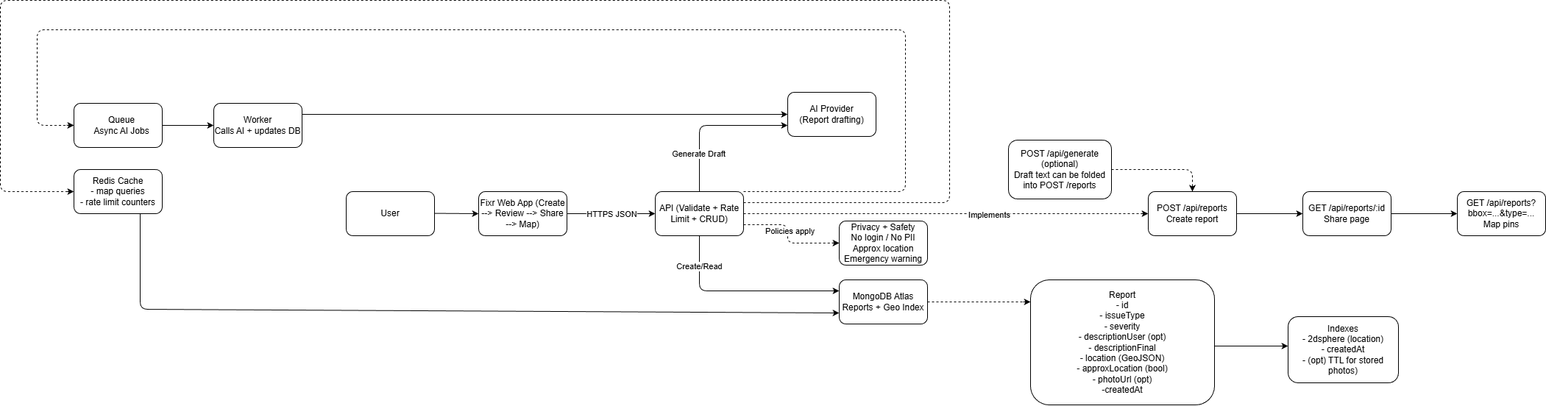
The draw.io diagram design.drawio.png in jsfmu/fixr311, before a commit. Source tidied: cells renumbered, new cells last; positions are measured from the earlier drawing's top-left corner, leaving out a move shared by most shapes. Its diagram source:
```xml
<mxGraphModel>
  <root>
    <mxCell id="0" />
    <mxCell id="1" parent="0" />
    <mxCell id="2" value="&lt;span style=&quot;font-family: monospace; font-size: 0px; text-align: start; text-wrap-mode: nowrap;&quot;&gt;Queuh&lt;/span&gt;" style="rounded=1;whiteSpace=wrap;html=1;" parent="1" vertex="1">
      <mxGeometry x="100" y="140" width="120" height="60" as="geometry" />
    </mxCell>
    <mxCell id="3" value="Queue&lt;div&gt;Async AI Jobs&lt;/div&gt;" style="text;html=1;align=center;verticalAlign=middle;whiteSpace=wrap;rounded=0;" parent="1" vertex="1">
      <mxGeometry x="120" y="155" width="90" height="30" as="geometry" />
    </mxCell>
    <mxCell id="4" value="Redis Cache&lt;div&gt;- map queries&lt;/div&gt;&lt;div&gt;- rate limit counters&lt;/div&gt;" style="rounded=1;whiteSpace=wrap;html=1;" parent="1" vertex="1">
      <mxGeometry x="100" y="230" width="120" height="60" as="geometry" />
    </mxCell>
    <mxCell id="5" style="endArrow=classic;html=1;exitX=1;exitY=0.5;exitDx=0;exitDy=0;entryX=0;entryY=0.5;entryDx=0;entryDy=0;" parent="1" edge="1" source="2" target="7">
      <mxGeometry relative="1" as="geometry" />
    </mxCell>
    <mxCell id="6" value="&lt;span style=&quot;font-family: monospace; font-size: 0px; text-align: start; text-wrap-mode: nowrap;&quot;&gt;Queuh&lt;/span&gt;" style="rounded=1;whiteSpace=wrap;html=1;" parent="1" vertex="1">
      <mxGeometry x="290" y="140" width="120" height="60" as="geometry" />
    </mxCell>
    <mxCell id="7" value="Worker&lt;div&gt;Calls AI + updates DB&lt;/div&gt;" style="text;html=1;align=center;verticalAlign=middle;whiteSpace=wrap;rounded=0;" parent="1" vertex="1">
      <mxGeometry x="290" y="155" width="120" height="30" as="geometry" />
    </mxCell>
    <mxCell id="8" value="AI Provider&lt;div&gt;(Report drafting)&lt;/div&gt;" style="rounded=1;whiteSpace=wrap;html=1;" parent="1" vertex="1">
      <mxGeometry x="1070" y="125" width="120" height="60" as="geometry" />
    </mxCell>
    <mxCell id="9" style="endArrow=classic;html=1;exitX=1;exitY=0.25;exitDx=0;exitDy=0;entryX=0;entryY=0.5;entryDx=0;entryDy=0;" parent="1" edge="1" source="6" target="8">
      <mxGeometry relative="1" as="geometry" />
    </mxCell>
    <mxCell id="10" style="edgeStyle=none;html=1;entryX=0;entryY=0.75;entryDx=0;entryDy=0;" parent="1" edge="1" source="12" target="8">
      <mxGeometry relative="1" as="geometry">
        <Array as="points">
          <mxPoint x="950" y="170" />
        </Array>
      </mxGeometry>
    </mxCell>
    <mxCell id="11" value="Generate Draft" style="edgeLabel;html=1;align=center;verticalAlign=middle;" parent="10" vertex="1">
      <mxGeometry x="-0.5" y="2" relative="1" as="geometry" />
    </mxCell>
    <mxCell id="12" value="API (Validate + Rate Limit + CRUD)" style="rounded=1;whiteSpace=wrap;html=1;" parent="1" vertex="1">
      <mxGeometry x="890" y="260" width="120" height="60" as="geometry" />
    </mxCell>
    <mxCell id="13" style="endArrow=classic;html=1;" parent="1" edge="1">
      <mxGeometry relative="1" as="geometry">
        <mxPoint x="770" y="290" as="sourcePoint" />
        <mxPoint x="890" y="290" as="targetPoint" />
      </mxGeometry>
    </mxCell>
    <mxCell id="14" value="HTTPS JSON" style="edgeLabel;html=1;align=center;verticalAlign=middle;" parent="13" vertex="1">
      <mxGeometry relative="1" as="geometry" />
    </mxCell>
    <mxCell id="15" value="Fixr Web App (Create --&amp;gt; Review --&amp;gt; Share --&amp;gt; Map)" style="rounded=1;whiteSpace=wrap;html=1;" parent="1" vertex="1">
      <mxGeometry x="650" y="260" width="120" height="60" as="geometry" />
    </mxCell>
    <mxCell id="16" value="User" style="rounded=1;whiteSpace=wrap;html=1;" parent="1" vertex="1">
      <mxGeometry x="470" y="260" width="120" height="60" as="geometry" />
    </mxCell>
    <mxCell id="17" style="endArrow=classic;html=1;exitX=1;exitY=0.5;exitDx=0;exitDy=0;" parent="1" edge="1">
      <mxGeometry relative="1" as="geometry">
        <mxPoint x="590" y="289.6" as="sourcePoint" />
        <mxPoint x="650" y="290" as="targetPoint" />
      </mxGeometry>
    </mxCell>
    <mxCell id="18" style="endArrow=none;dashed=1;html=1;entryX=0;entryY=0.5;entryDx=0;entryDy=0;exitX=1;exitY=0;exitDx=0;exitDy=0;" parent="1" edge="1" source="12" target="2">
      <mxGeometry relative="1" as="geometry">
        <Array as="points">
          <mxPoint x="1230" y="260" />
          <mxPoint x="1230" y="40" />
          <mxPoint x="50" y="40" />
          <mxPoint x="50" y="170" />
        </Array>
      </mxGeometry>
    </mxCell>
    <mxCell id="19" style="endArrow=none;dashed=1;html=1;entryX=0;entryY=0.5;entryDx=0;entryDy=0;exitX=1;exitY=0.25;exitDx=0;exitDy=0;" parent="1" edge="1" source="12" target="4">
      <mxGeometry relative="1" as="geometry">
        <Array as="points">
          <mxPoint x="1290" y="275" />
          <mxPoint x="1290" />
          <mxPoint />
          <mxPoint y="260" />
        </Array>
      </mxGeometry>
    </mxCell>
    <mxCell id="20" style="endArrow=none;dashed=1;html=1;exitX=1;exitY=0.5;exitDx=0;exitDy=0;" parent="1" edge="1" source="12" target="22">
      <mxGeometry relative="1" as="geometry" />
    </mxCell>
    <mxCell id="21" value="Implements" style="edgeLabel;html=1;align=center;verticalAlign=middle;" parent="20" vertex="1">
      <mxGeometry x="0.21" y="-1" relative="1" as="geometry" />
    </mxCell>
    <mxCell id="22" value="POST /api/reports&lt;div&gt;Create report&lt;/div&gt;" style="rounded=1;whiteSpace=wrap;html=1;" parent="1" vertex="1">
      <mxGeometry x="1560" y="260" width="120" height="60" as="geometry" />
    </mxCell>
    <mxCell id="23" value="POST /api/generate (optional)&lt;div&gt;Draft text can be folded into POST /reports&lt;/div&gt;" style="rounded=1;whiteSpace=wrap;html=1;" parent="1" vertex="1">
      <mxGeometry x="1370" y="190" width="140" height="80" as="geometry" />
    </mxCell>
    <mxCell id="24" style="endArrow=none;dashed=1;html=1;exitX=1;exitY=0.5;exitDx=0;exitDy=0;entryX=0.5;entryY=0;entryDx=0;entryDy=0;" parent="1" edge="1" source="23" target="22">
      <mxGeometry relative="1" as="geometry">
        <Array as="points">
          <mxPoint x="1620" y="230" />
        </Array>
      </mxGeometry>
    </mxCell>
    <mxCell id="25" style="endArrow=classic;html=1;exitX=1;exitY=0.5;exitDx=0;exitDy=0;" parent="1" edge="1" source="22">
      <mxGeometry relative="1" as="geometry">
        <mxPoint x="1770" y="290" as="targetPoint" />
      </mxGeometry>
    </mxCell>
    <mxCell id="26" value="GET /api/reports/:id&lt;div&gt;Share page&lt;/div&gt;" style="rounded=1;whiteSpace=wrap;html=1;" parent="1" vertex="1">
      <mxGeometry x="1770" y="260" width="120" height="60" as="geometry" />
    </mxCell>
    <mxCell id="27" style="endArrow=classic;html=1;exitX=1;exitY=0.5;exitDx=0;exitDy=0;" parent="1" edge="1">
      <mxGeometry relative="1" as="geometry">
        <mxPoint x="1890" y="290" as="sourcePoint" />
        <mxPoint x="1980" y="290" as="targetPoint" />
      </mxGeometry>
    </mxCell>
    <mxCell id="28" value="GET /api/reports?bbox=...&amp;amp;type=...&lt;div&gt;Map pins&lt;/div&gt;" style="rounded=1;whiteSpace=wrap;html=1;" parent="1" vertex="1">
      <mxGeometry x="1980" y="260" width="120" height="60" as="geometry" />
    </mxCell>
    <mxCell id="29" style="endArrow=none;dashed=1;html=1;exitX=1;exitY=0.75;exitDx=0;exitDy=0;" parent="1" edge="1" source="12">
      <mxGeometry relative="1" as="geometry">
        <mxPoint x="1140" y="330" as="targetPoint" />
        <Array as="points">
          <mxPoint x="1070" y="305" />
          <mxPoint x="1070" y="330" />
        </Array>
      </mxGeometry>
    </mxCell>
    <mxCell id="30" value="Policies apply" style="edgeLabel;html=1;align=center;verticalAlign=middle;" parent="29" vertex="1">
      <mxGeometry x="-0.11" y="2" relative="1" as="geometry" />
    </mxCell>
    <mxCell id="31" value="Privacy + Safety&lt;div&gt;No login / No PII&lt;/div&gt;&lt;div&gt;Approx location&lt;/div&gt;&lt;div&gt;Emergency warning&lt;/div&gt;" style="rounded=1;whiteSpace=wrap;html=1;" parent="1" vertex="1">
      <mxGeometry x="1140" y="300" width="120" height="60" as="geometry" />
    </mxCell>
    <mxCell id="32" value="MongoDB Atlas&lt;div&gt;Reports + Geo Index&lt;/div&gt;" style="rounded=1;whiteSpace=wrap;html=1;" parent="1" vertex="1">
      <mxGeometry x="1140" y="380" width="120" height="60" as="geometry" />
    </mxCell>
    <mxCell id="33" style="endArrow=none;dashed=1;html=1;exitX=1;exitY=0.5;exitDx=0;exitDy=0;" parent="1" edge="1" source="32">
      <mxGeometry relative="1" as="geometry">
        <mxPoint x="1400" y="410" as="targetPoint" />
      </mxGeometry>
    </mxCell>
    <mxCell id="34" value="Report&lt;div&gt;- id&lt;/div&gt;&lt;div&gt;- issueType&lt;/div&gt;&lt;div&gt;- severity&lt;/div&gt;&lt;div&gt;- descriptionUser (opt)&lt;/div&gt;&lt;div&gt;- descriptionFinal&lt;/div&gt;&lt;div&gt;- location (GeoJSON)&lt;/div&gt;&lt;div&gt;- approxLocation (bool)&lt;/div&gt;&lt;div&gt;- photoUrl (opt)&lt;/div&gt;&lt;div&gt;-createdAt&lt;/div&gt;" style="rounded=1;whiteSpace=wrap;html=1;" parent="1" vertex="1">
      <mxGeometry x="1400" y="380" width="250" height="170" as="geometry" />
    </mxCell>
    <mxCell id="35" style="endArrow=classic;html=1;" parent="1" edge="1">
      <mxGeometry relative="1" as="geometry">
        <mxPoint x="1650" y="470" as="sourcePoint" />
        <mxPoint x="1750" y="470" as="targetPoint" />
      </mxGeometry>
    </mxCell>
    <mxCell id="36" value="Indexes&lt;div&gt;- 2dsphere (location)&lt;/div&gt;&lt;div&gt;- createdAt&lt;/div&gt;&lt;div&gt;- (opt) TTL for stored photos)&lt;/div&gt;" style="rounded=1;whiteSpace=wrap;html=1;" parent="1" vertex="1">
      <mxGeometry x="1750" y="430" width="150" height="90" as="geometry" />
    </mxCell>
    <mxCell id="37" style="endArrow=classic;html=1;" parent="1" edge="1">
      <mxGeometry relative="1" as="geometry">
        <mxPoint x="1390" y="410" as="sourcePoint" />
        <mxPoint x="1400" y="410" as="targetPoint" />
      </mxGeometry>
    </mxCell>
    <mxCell id="38" style="endArrow=classic;html=1;" parent="1" edge="1">
      <mxGeometry relative="1" as="geometry">
        <mxPoint x="1550" y="290" as="sourcePoint" />
        <mxPoint x="1560" y="290" as="targetPoint" />
      </mxGeometry>
    </mxCell>
    <mxCell id="39" style="endArrow=classic;html=1;" parent="1" edge="1">
      <mxGeometry relative="1" as="geometry">
        <mxPoint x="1130" y="329.9" as="sourcePoint" />
        <mxPoint x="1140" y="329.9" as="targetPoint" />
      </mxGeometry>
    </mxCell>
    <mxCell id="40" style="endArrow=classic;html=1;entryX=0;entryY=0.5;entryDx=0;entryDy=0;" parent="1" edge="1" target="4">
      <mxGeometry relative="1" as="geometry">
        <mxPoint x="90" y="260" as="sourcePoint" />
      </mxGeometry>
    </mxCell>
    <mxCell id="41" style="endArrow=classic;html=1;entryX=0;entryY=0.5;entryDx=0;entryDy=0;" parent="1" edge="1">
      <mxGeometry relative="1" as="geometry">
        <mxPoint x="90" y="169.9" as="sourcePoint" />
        <mxPoint x="100" y="169.9" as="targetPoint" />
      </mxGeometry>
    </mxCell>
    <mxCell id="42" style="endArrow=classic;html=1;exitX=0.75;exitY=1;exitDx=0;exitDy=0;entryX=0;entryY=0.75;entryDx=0;entryDy=0;" parent="1" edge="1" source="4" target="32">
      <mxGeometry relative="1" as="geometry">
        <Array as="points">
          <mxPoint x="190" y="420" />
        </Array>
      </mxGeometry>
    </mxCell>
    <mxCell id="43" style="endArrow=classic;html=1;exitX=0.5;exitY=1;exitDx=0;exitDy=0;entryX=0;entryY=0.25;entryDx=0;entryDy=0;" parent="1" edge="1" source="12" target="32">
      <mxGeometry relative="1" as="geometry">
        <Array as="points">
          <mxPoint x="950" y="395" />
        </Array>
      </mxGeometry>
    </mxCell>
    <mxCell id="44" value="Create/Read" style="edgeLabel;html=1;align=center;verticalAlign=middle;" parent="43" vertex="1">
      <mxGeometry x="-0.69" y="-1" relative="1" as="geometry" />
    </mxCell>
    <mxCell id="45" style="endArrow=classic;html=1;entryX=0.5;entryY=0;entryDx=0;entryDy=0;" parent="1" edge="1" target="22">
      <mxGeometry relative="1" as="geometry">
        <mxPoint x="1620" y="250" as="sourcePoint" />
      </mxGeometry>
    </mxCell>
  </root>
</mxGraphModel>
```
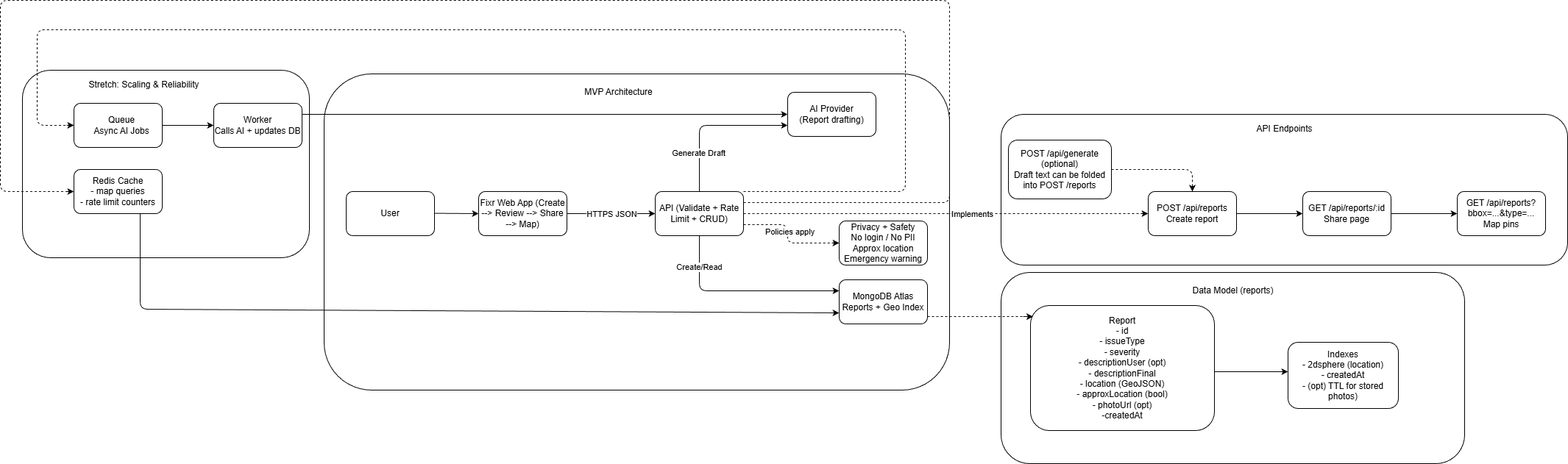
The same diagram one commit later.

Commit message:
Categorized components

The edit, as a diff of the source:
```diff
@@ -2,6 +2,18 @@
   <root>
     <mxCell id="0" />
     <mxCell id="1" parent="0" />
+    <mxCell id="46" style="rounded=1;whiteSpace=wrap;html=1;" parent="1" vertex="1">
+      <mxGeometry x="30" y="95" width="390" height="255" as="geometry" />
+    </mxCell>
+    <mxCell id="47" style="rounded=1;whiteSpace=wrap;html=1;" parent="1" vertex="1">
+      <mxGeometry x="1360" y="370" width="630" height="260" as="geometry" />
+    </mxCell>
+    <mxCell id="48" style="rounded=1;whiteSpace=wrap;html=1;" parent="1" vertex="1">
+      <mxGeometry x="1360" y="155" width="770" height="205" as="geometry" />
+    </mxCell>
+    <mxCell id="49" style="rounded=1;whiteSpace=wrap;html=1;" parent="1" vertex="1">
+      <mxGeometry x="440" y="100" width="850" height="430" as="geometry" />
+    </mxCell>
     <mxCell id="2" value="&lt;span style=&quot;font-family: monospace; font-size: 0px; text-align: start; text-wrap-mode: nowrap;&quot;&gt;Queuh&lt;/span&gt;" style="rounded=1;whiteSpace=wrap;html=1;" parent="1" vertex="1">
       <mxGeometry x="100" y="140" width="120" height="60" as="geometry" />
     </mxCell>
@@ -84,7 +96,9 @@
       <mxGeometry relative="1" as="geometry" />
     </mxCell>
     <mxCell id="21" value="Implements" style="edgeLabel;html=1;align=center;verticalAlign=middle;" parent="20" vertex="1">
-      <mxGeometry x="0.21" y="-1" relative="1" as="geometry" />
+      <mxGeometry x="0.21" y="-1" relative="1" as="geometry">
+        <mxPoint x="-23" y="-1" as="offset" />
+      </mxGeometry>
     </mxCell>
     <mxCell id="22" value="POST /api/reports&lt;div&gt;Create report&lt;/div&gt;" style="rounded=1;whiteSpace=wrap;html=1;" parent="1" vertex="1">
       <mxGeometry x="1560" y="260" width="120" height="60" as="geometry" />
@@ -134,27 +148,27 @@
     <mxCell id="32" value="MongoDB Atlas&lt;div&gt;Reports + Geo Index&lt;/div&gt;" style="rounded=1;whiteSpace=wrap;html=1;" parent="1" vertex="1">
       <mxGeometry x="1140" y="380" width="120" height="60" as="geometry" />
     </mxCell>
-    <mxCell id="33" style="endArrow=none;dashed=1;html=1;exitX=1;exitY=0.5;exitDx=0;exitDy=0;" parent="1" edge="1" source="32">
+    <mxCell id="33" style="endArrow=none;dashed=1;html=1;exitX=1;exitY=0.5;exitDx=0;exitDy=0;" parent="1" edge="1">
       <mxGeometry relative="1" as="geometry">
-        <mxPoint x="1400" y="410" as="targetPoint" />
+        <mxPoint x="1260" y="430" as="sourcePoint" />
+        <mxPoint x="1400" y="430" as="targetPoint" />
       </mxGeometry>
     </mxCell>
     <mxCell id="34" value="Report&lt;div&gt;- id&lt;/div&gt;&lt;div&gt;- issueType&lt;/div&gt;&lt;div&gt;- severity&lt;/div&gt;&lt;div&gt;- descriptionUser (opt)&lt;/div&gt;&lt;div&gt;- descriptionFinal&lt;/div&gt;&lt;div&gt;- location (GeoJSON)&lt;/div&gt;&lt;div&gt;- approxLocation (bool)&lt;/div&gt;&lt;div&gt;- photoUrl (opt)&lt;/div&gt;&lt;div&gt;-createdAt&lt;/div&gt;" style="rounded=1;whiteSpace=wrap;html=1;" parent="1" vertex="1">
-      <mxGeometry x="1400" y="380" width="250" height="170" as="geometry" />
+      <mxGeometry x="1400" y="415" width="250" height="170" as="geometry" />
     </mxCell>
     <mxCell id="35" style="endArrow=classic;html=1;" parent="1" edge="1">
       <mxGeometry relative="1" as="geometry">
-        <mxPoint x="1650" y="470" as="sourcePoint" />
-        <mxPoint x="1750" y="470" as="targetPoint" />
+        <mxPoint x="1650" y="505" as="sourcePoint" />
+        <mxPoint x="1750" y="505" as="targetPoint" />
       </mxGeometry>
     </mxCell>
     <mxCell id="36" value="Indexes&lt;div&gt;- 2dsphere (location)&lt;/div&gt;&lt;div&gt;- createdAt&lt;/div&gt;&lt;div&gt;- (opt) TTL for stored photos)&lt;/div&gt;" style="rounded=1;whiteSpace=wrap;html=1;" parent="1" vertex="1">
-      <mxGeometry x="1750" y="430" width="150" height="90" as="geometry" />
+      <mxGeometry x="1750" y="465" width="150" height="90" as="geometry" />
     </mxCell>
-    <mxCell id="37" style="endArrow=classic;html=1;" parent="1" edge="1">
+    <mxCell id="37" style="endArrow=classic;html=1;entryX=0.014;entryY=0.089;entryDx=0;entryDy=0;entryPerimeter=0;" parent="1" edge="1" target="34">
       <mxGeometry relative="1" as="geometry">
-        <mxPoint x="1390" y="410" as="sourcePoint" />
-        <mxPoint x="1400" y="410" as="targetPoint" />
+        <mxPoint x="1390" y="430" as="sourcePoint" />
       </mxGeometry>
     </mxCell>
     <mxCell id="38" style="endArrow=classic;html=1;" parent="1" edge="1">
@@ -202,5 +216,17 @@
         <mxPoint x="1620" y="250" as="sourcePoint" />
       </mxGeometry>
     </mxCell>
+    <mxCell id="50" value="MVP Architecture" style="text;html=1;align=center;verticalAlign=middle;strokeColor=none;fillColor=none;" parent="1" vertex="1">
+      <mxGeometry x="780" y="110" width="120" height="30" as="geometry" />
+    </mxCell>
+    <mxCell id="51" value="API Endpoints" style="text;html=1;align=center;verticalAlign=middle;strokeColor=none;fillColor=none;" parent="1" vertex="1">
+      <mxGeometry x="1695" y="160" width="100" height="30" as="geometry" />
+    </mxCell>
+    <mxCell id="52" value="Data Model (reports)" style="text;html=1;align=center;verticalAlign=middle;strokeColor=none;fillColor=none;" parent="1" vertex="1">
+      <mxGeometry x="1610" y="380" width="130" height="30" as="geometry" />
+    </mxCell>
+    <mxCell id="53" value="Stretch: Scaling &amp;amp; Reliability" style="text;html=1;align=center;verticalAlign=middle;strokeColor=none;fillColor=none;" parent="1" vertex="1">
+      <mxGeometry x="110" y="100" width="170" height="30" as="geometry" />
+    </mxCell>
   </root>
 </mxGraphModel>
```
